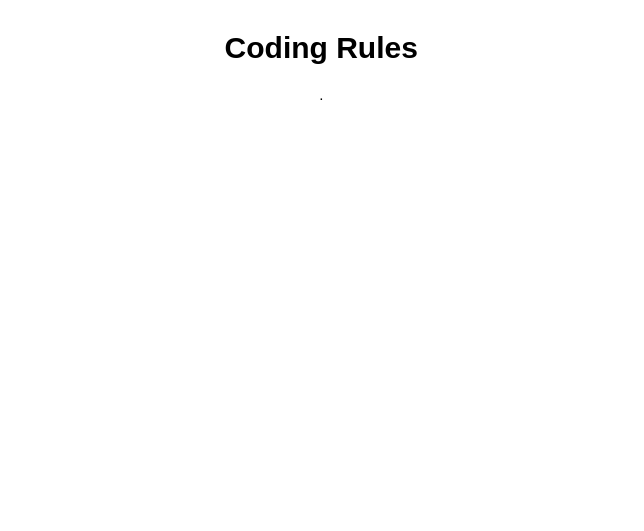
Before: page "08 - Coding Rules" (8 of 9) of docs/Architecture.drawio in brajogopal/HEXBOOT_F0, a draw.io diagram. Source tidied: cells renumbered, new cells numbered last; positions are measured from the earlier drawing's top-left corner, leaving out a move shared by most shapes. Both pictures are drawn from the tidied source at 125%, with x=0, y=0 at pixel (52, 21).
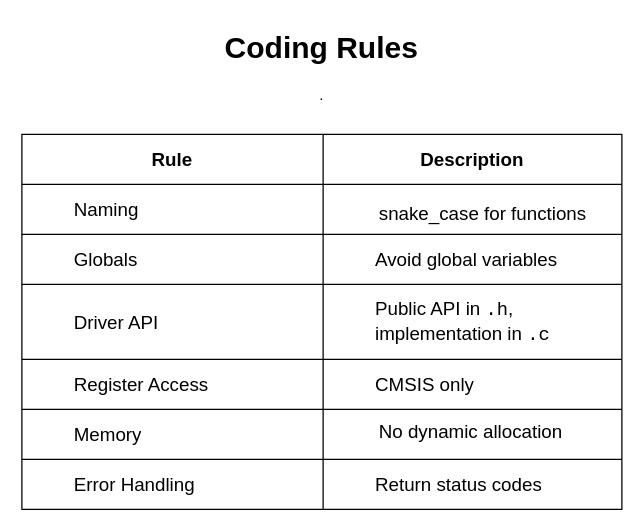
After the change.

Change to the diagram source:
```diff
@@
+    <mxCell id="3" style="shape=table;startSize=0;childLayout=tableLayout;fixedHeader=1;" parent="1" vertex="1">
+      <mxGeometry x="-25" y="90" width="480" height="300" as="geometry" />
+    </mxCell>
+    <mxCell id="4" style="shape=tableRow;horizontal=0;startSize=0;swimlaneHead=0;swimlaneBody=0;strokeColor=inherit;top=0;left=0;bottom=0;right=0;fillColor=none;fixedHeader=1;" parent="3" vertex="1">
+      <mxGeometry width="480" height="40" as="geometry" />
+    </mxCell>
+    <mxCell id="5" value="&lt;table class=&quot;w-fit min-w-(--thread-content-width)&quot;&gt;&lt;thead&gt;&lt;tr&gt;&lt;th class=&quot;last:pe-10&quot;&gt;&lt;font style=&quot;font-size: 15px;&quot;&gt;Rule&lt;/font&gt;&lt;/th&gt;&lt;/tr&gt;&lt;/thead&gt;&lt;/table&gt;" style="shape=partialRectangle;html=1;whiteSpace=wrap;strokeColor=inherit;overflow=hidden;fillColor=none;top=0;left=0;bottom=0;right=0;" parent="4" vertex="1">
+      <mxGeometry width="241" height="40" as="geometry" />
+    </mxCell>
+    <mxCell id="6" value="&lt;font style=&quot;font-size: 15px;&quot;&gt;&lt;b&gt;Description&lt;/b&gt;&lt;/font&gt;" style="shape=partialRectangle;html=1;whiteSpace=wrap;strokeColor=inherit;overflow=hidden;fillColor=none;top=0;left=0;bottom=0;right=0;" parent="4" vertex="1">
+      <mxGeometry x="241" width="239" height="40" as="geometry" />
+    </mxCell>
+    <mxCell id="7" style="shape=tableRow;horizontal=0;startSize=0;swimlaneHead=0;swimlaneBody=0;strokeColor=inherit;top=0;left=0;bottom=0;right=0;fillColor=none;fixedHeader=1;" parent="3" vertex="1">
+      <mxGeometry y="40" width="480" height="40" as="geometry" />
+    </mxCell>
+    <mxCell id="8" value="&lt;blockquote style=&quot;margin: 0 0 0 40px; border: none; padding: 0px;&quot;&gt;&lt;font style=&quot;font-size: 15px;&quot;&gt;Naming&lt;/font&gt;&lt;/blockquote&gt;" style="shape=partialRectangle;html=1;whiteSpace=wrap;strokeColor=inherit;overflow=hidden;fillColor=none;top=0;left=0;bottom=0;right=0;align=left;" parent="7" vertex="1">
+      <mxGeometry width="241" height="40" as="geometry" />
+    </mxCell>
+    <mxCell id="9" value="&lt;blockquote style=&quot;margin: 0 0 0 40px; border: none; padding: 0px;&quot;&gt;&lt;table&gt;&lt;tbody&gt;&lt;tr&gt;&lt;td&gt;&lt;/td&gt;&lt;/tr&gt;&lt;/tbody&gt;&lt;/table&gt;&lt;table&gt;&lt;tbody&gt;&lt;tr&gt;&lt;td&gt;&lt;font style=&quot;font-size: 15px;&quot;&gt;snake_case for functions&lt;/font&gt;&lt;/td&gt;&lt;/tr&gt;&lt;/tbody&gt;&lt;/table&gt;&lt;/blockquote&gt;" style="shape=partialRectangle;html=1;whiteSpace=wrap;strokeColor=inherit;overflow=hidden;fillColor=none;top=0;left=0;bottom=0;right=0;align=left;" parent="7" vertex="1">
+      <mxGeometry x="241" width="239" height="40" as="geometry" />
+    </mxCell>
+    <mxCell id="10" style="shape=tableRow;horizontal=0;startSize=0;swimlaneHead=0;swimlaneBody=0;strokeColor=inherit;top=0;left=0;bottom=0;right=0;fillColor=none;fixedHeader=1;" parent="3" vertex="1">
+      <mxGeometry y="80" width="480" height="40" as="geometry" />
+    </mxCell>
+    <mxCell id="11" value="&lt;blockquote style=&quot;margin: 0px 0px 0px 40px; border-width: medium; border-style: none; border-color: currentcolor; border-image: none; padding: 0px;&quot;&gt;&lt;font style=&quot;font-size: 15px;&quot;&gt;Globals&lt;/font&gt;&lt;/blockquote&gt;" style="shape=partialRectangle;html=1;whiteSpace=wrap;strokeColor=inherit;overflow=hidden;fillColor=none;top=0;left=0;bottom=0;right=0;align=left;" parent="10" vertex="1">
+      <mxGeometry width="241" height="40" as="geometry" />
+    </mxCell>
+    <mxCell id="12" value="&lt;blockquote style=&quot;margin: 0 0 0 40px; border: none; padding: 0px;&quot;&gt;&lt;font style=&quot;font-size: 15px;&quot;&gt;Avoid global variables&lt;/font&gt;&lt;/blockquote&gt;" style="shape=partialRectangle;html=1;whiteSpace=wrap;strokeColor=inherit;overflow=hidden;fillColor=none;top=0;left=0;bottom=0;right=0;align=left;" parent="10" vertex="1">
+      <mxGeometry x="241" width="239" height="40" as="geometry" />
+    </mxCell>
+    <mxCell id="13" style="shape=tableRow;horizontal=0;startSize=0;swimlaneHead=0;swimlaneBody=0;strokeColor=inherit;top=0;left=0;bottom=0;right=0;fillColor=none;fixedHeader=1;" parent="3" vertex="1">
+      <mxGeometry y="120" width="480" height="60" as="geometry" />
+    </mxCell>
+    <mxCell id="14" value="&lt;blockquote style=&quot;margin: 0 0 0 40px; border: none; padding: 0px;&quot;&gt;&lt;font style=&quot;font-size: 15px;&quot;&gt;Driver API&lt;/font&gt;&lt;/blockquote&gt;" style="shape=partialRectangle;html=1;whiteSpace=wrap;strokeColor=inherit;overflow=hidden;fillColor=none;top=0;left=0;bottom=0;right=0;align=left;" parent="13" vertex="1">
+      <mxGeometry width="241" height="60" as="geometry" />
+    </mxCell>
+    <mxCell id="15" value="&lt;blockquote style=&quot;margin: 0 0 0 40px; border: none; padding: 0px;&quot;&gt;&lt;font style=&quot;font-size: 15px;&quot;&gt;Public API in &lt;code style=&quot;&quot;&gt;.h&lt;/code&gt;, implementation in &lt;code style=&quot;&quot;&gt;.c&lt;/code&gt;&lt;/font&gt;&lt;/blockquote&gt;" style="shape=partialRectangle;html=1;whiteSpace=wrap;strokeColor=inherit;overflow=hidden;fillColor=none;top=0;left=0;bottom=0;right=0;align=left;" parent="13" vertex="1">
+      <mxGeometry x="241" width="239" height="60" as="geometry" />
+    </mxCell>
+    <mxCell id="16" style="shape=tableRow;horizontal=0;startSize=0;swimlaneHead=0;swimlaneBody=0;strokeColor=inherit;top=0;left=0;bottom=0;right=0;fillColor=none;fixedHeader=1;" parent="3" vertex="1">
+      <mxGeometry y="180" width="480" height="40" as="geometry" />
+    </mxCell>
+    <mxCell id="17" value="&lt;blockquote style=&quot;margin: 0px 0px 0px 40px; border-width: medium; border-style: none; border-color: currentcolor; border-image: none; padding: 0px;&quot;&gt;&lt;font style=&quot;font-size: 15px;&quot;&gt;Register Access&lt;/font&gt;&lt;/blockquote&gt;" style="shape=partialRectangle;html=1;whiteSpace=wrap;strokeColor=inherit;overflow=hidden;fillColor=none;top=0;left=0;bottom=0;right=0;align=left;" parent="16" vertex="1">
+      <mxGeometry width="241" height="40" as="geometry" />
+    </mxCell>
+    <mxCell id="18" value="&lt;blockquote style=&quot;margin: 0px 0px 0px 40px; border-width: medium; border-style: none; border-color: currentcolor; border-image: none; padding: 0px;&quot;&gt;&lt;font style=&quot;font-size: 15px;&quot;&gt;CMSIS only&lt;/font&gt;&lt;/blockquote&gt;" style="shape=partialRectangle;html=1;whiteSpace=wrap;strokeColor=inherit;overflow=hidden;fillColor=none;top=0;left=0;bottom=0;right=0;align=left;" parent="16" vertex="1">
+      <mxGeometry x="241" width="239" height="40" as="geometry" />
+    </mxCell>
+    <mxCell id="19" style="shape=tableRow;horizontal=0;startSize=0;swimlaneHead=0;swimlaneBody=0;strokeColor=inherit;top=0;left=0;bottom=0;right=0;fillColor=none;fixedHeader=1;" parent="3" vertex="1">
+      <mxGeometry y="220" width="480" height="40" as="geometry" />
+    </mxCell>
+    <mxCell id="20" value="&lt;blockquote style=&quot;margin: 0 0 0 40px; border: none; padding: 0px;&quot;&gt;&lt;font style=&quot;font-size: 15px;&quot;&gt;Memory&lt;/font&gt;&lt;/blockquote&gt;" style="shape=partialRectangle;html=1;whiteSpace=wrap;strokeColor=inherit;overflow=hidden;fillColor=none;top=0;left=0;bottom=0;right=0;align=left;" parent="19" vertex="1">
+      <mxGeometry width="241" height="40" as="geometry" />
+    </mxCell>
+    <mxCell id="21" value="&lt;blockquote style=&quot;margin: 0 0 0 40px; border: none; padding: 0px;&quot;&gt;&lt;table&gt;&lt;tbody&gt;&lt;tr&gt;&lt;td&gt;&lt;font style=&quot;font-size: 15px;&quot;&gt;No dynamic allocation&lt;/font&gt;&lt;/td&gt;&lt;/tr&gt;&lt;/tbody&gt;&lt;/table&gt;&lt;table&gt;&lt;tbody&gt;&lt;tr&gt;&lt;td&gt;&lt;/td&gt;&lt;/tr&gt;&lt;/tbody&gt;&lt;/table&gt;&lt;/blockquote&gt;" style="shape=partialRectangle;html=1;whiteSpace=wrap;strokeColor=inherit;overflow=hidden;fillColor=none;top=0;left=0;bottom=0;right=0;align=left;" parent="19" vertex="1">
+      <mxGeometry x="241" width="239" height="40" as="geometry" />
+    </mxCell>
+    <mxCell id="22" style="shape=tableRow;horizontal=0;startSize=0;swimlaneHead=0;swimlaneBody=0;strokeColor=inherit;top=0;left=0;bottom=0;right=0;fillColor=none;fixedHeader=1;" parent="3" vertex="1">
+      <mxGeometry y="260" width="480" height="40" as="geometry" />
+    </mxCell>
+    <mxCell id="23" value="&lt;blockquote style=&quot;margin: 0px 0px 0px 40px; border-width: medium; border-style: none; border-color: currentcolor; border-image: none; padding: 0px;&quot;&gt;&lt;font style=&quot;font-size: 15px;&quot;&gt;Error Handling&lt;/font&gt;&lt;/blockquote&gt;" style="shape=partialRectangle;html=1;whiteSpace=wrap;strokeColor=inherit;overflow=hidden;fillColor=none;top=0;left=0;bottom=0;right=0;align=left;" parent="22" vertex="1">
+      <mxGeometry width="241" height="40" as="geometry" />
+    </mxCell>
+    <mxCell id="24" value="&lt;blockquote style=&quot;margin: 0 0 0 40px; border: none; padding: 0px;&quot;&gt;&lt;font style=&quot;font-size: 15px;&quot;&gt;Return status codes&lt;/font&gt;&lt;/blockquote&gt;" style="shape=partialRectangle;html=1;whiteSpace=wrap;strokeColor=inherit;overflow=hidden;fillColor=none;top=0;left=0;bottom=0;right=0;align=left;" parent="22" vertex="1">
+      <mxGeometry x="241" width="239" height="40" as="geometry" />
+    </mxCell>
```
